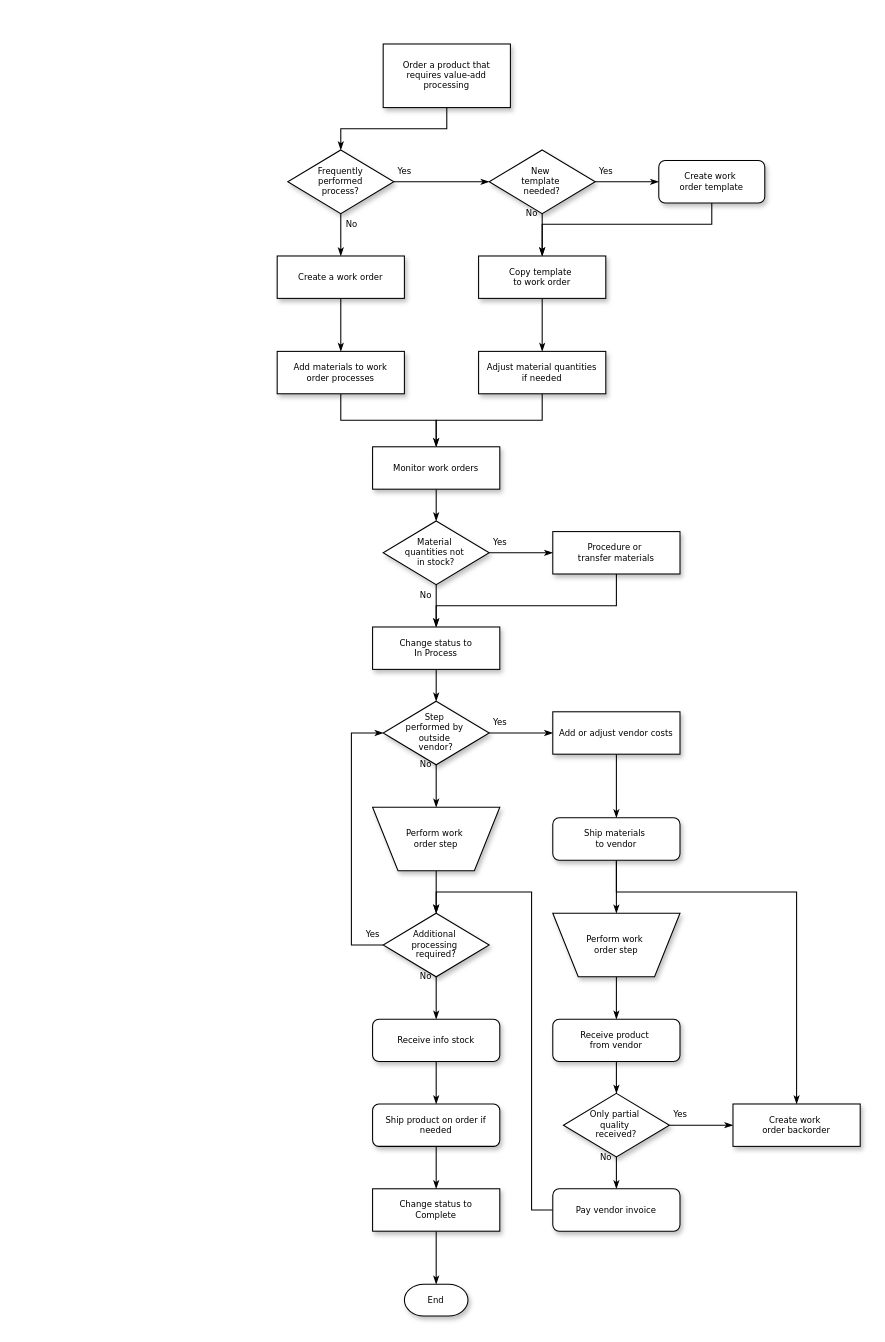
Juliusz-Stefanski/Recruitment-game keeps this draw.io diagram as Untitled Diagram.drawio. Above is the earlier version. Source tidied: cells renumbered, new cells numbered last; positions are measured from the earlier drawing's top-left corner, leaving out a move shared by most shapes. Both pictures are drawn from the tidied source at 106%, with x=0, y=0 at pixel (277, 43).
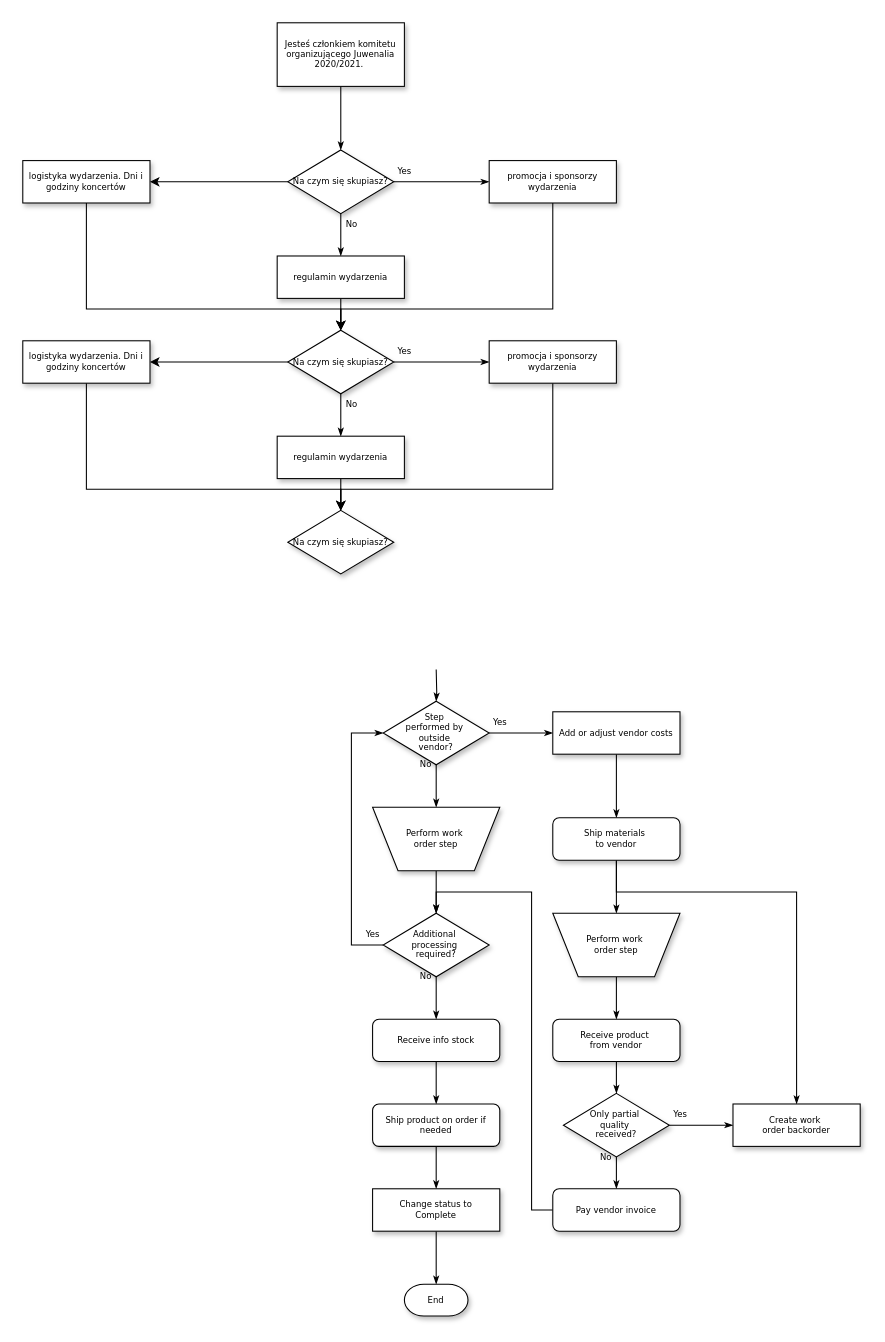
The same page after the edit.

Unchanged cells that the change refers to:
```xml
<mxCell id="31" value="Step&amp;nbsp;&lt;div&gt;performed by&amp;nbsp;&lt;/div&gt;&lt;div&gt;outside&amp;nbsp;&lt;/div&gt;&lt;div&gt;vendor?&lt;/div&gt;" style="rhombus;whiteSpace=wrap;html=1;rounded=0;shadow=1;labelBackgroundColor=none;strokeWidth=1;fontFamily=Verdana;fontSize=8;align=center;" parent="1" vertex="1">
  <mxGeometry x="100" y="620" width="100" height="60" as="geometry" />
</mxCell>
```

What changed in the source:
```diff
@@
-    <mxCell id="3" value="Order a product that&lt;div&gt;requires value-add processing&lt;/div&gt;" style="rounded=0;whiteSpace=wrap;html=1;shadow=1;labelBackgroundColor=none;strokeWidth=1;fontFamily=Verdana;fontSize=8;align=center;" parent="1" vertex="1">
-      <mxGeometry x="100" width="120" height="60" as="geometry" />
+    <mxCell id="3" value="Jesteś członkiem komitetu organizującego Juwenalia 2020/2021.&amp;nbsp;" style="rounded=0;whiteSpace=wrap;html=1;shadow=1;labelBackgroundColor=none;strokeWidth=1;fontFamily=Verdana;fontSize=8;align=center;" parent="1" vertex="1">
+      <mxGeometry y="-20" width="120" height="60" as="geometry" />
     </mxCell>
-    <mxCell id="4" value="Yes" style="edgeStyle=orthogonalEdgeStyle;rounded=0;html=1;labelBackgroundColor=none;startSize=5;endArrow=classicThin;endFill=1;endSize=5;jettySize=auto;strokeWidth=1;fontFamily=Verdana;fontSize=8;" parent="1" edge="1" source="6" target="9">
-      <mxGeometry x="-0.78" y="10" relative="1" as="geometry" />
+    <mxCell id="4" value="Yes" style="edgeStyle=orthogonalEdgeStyle;rounded=0;html=1;labelBackgroundColor=none;startSize=5;endArrow=classicThin;endFill=1;endSize=5;jettySize=auto;strokeWidth=1;fontFamily=Verdana;fontSize=8;" parent="1" edge="1" source="6">
+      <mxGeometry x="-0.78" y="10" relative="1" as="geometry">
+        <mxPoint x="200" y="130" as="targetPoint" />
+      </mxGeometry>
     </mxCell>
@@
+    <mxCell id="59" style="edgeStyle=orthogonalEdgeStyle;rounded=0;jettySize=auto;html=1;exitX=0;exitY=0.5;exitDx=0;exitDy=0;entryX=1;entryY=0.5;entryDx=0;entryDy=0;" parent="1" edge="1" source="6">
+      <mxGeometry relative="1" as="geometry">
+        <mxPoint x="-120" y="130" as="targetPoint" />
+      </mxGeometry>
+    </mxCell>
-    <mxCell id="6" value="Frequently&lt;div&gt;performed&lt;/div&gt;&lt;div&gt;process?&lt;/div&gt;" style="rhombus;whiteSpace=wrap;html=1;rounded=0;shadow=1;labelBackgroundColor=none;strokeWidth=1;fontFamily=Verdana;fontSize=8;align=center;" parent="1" vertex="1">
+    <mxCell id="6" value="&lt;span&gt;Na czym się skupiasz?&lt;/span&gt;" style="rhombus;whiteSpace=wrap;html=1;rounded=0;shadow=1;labelBackgroundColor=none;strokeWidth=1;fontFamily=Verdana;fontSize=8;align=center;" parent="1" vertex="1">
       <mxGeometry x="10" y="100" width="100" height="60" as="geometry" />
     </mxCell>
-    <mxCell id="7" value="Yes" style="edgeStyle=orthogonalEdgeStyle;rounded=0;html=1;labelBackgroundColor=none;startSize=5;endArrow=classicThin;endFill=1;endSize=5;jettySize=auto;strokeWidth=1;fontFamily=Verdana;fontSize=8;" parent="1" edge="1" source="9" target="11">
-      <mxGeometry x="-0.67" y="10" relative="1" as="geometry" />
-    </mxCell>
-    <mxCell id="8" value="No" style="edgeStyle=orthogonalEdgeStyle;rounded=0;html=1;labelBackgroundColor=none;startSize=5;endArrow=classicThin;endFill=1;endSize=5;jettySize=auto;strokeWidth=1;fontFamily=Verdana;fontSize=8;" parent="1" edge="1" source="9" target="15">
-      <mxGeometry x="-1" y="-10" relative="1" as="geometry" />
-    </mxCell>
-    <mxCell id="9" value="New&amp;nbsp;&lt;div&gt;template&amp;nbsp;&lt;/div&gt;&lt;div&gt;needed?&lt;/div&gt;" style="rhombus;whiteSpace=wrap;html=1;rounded=0;shadow=1;labelBackgroundColor=none;strokeWidth=1;fontFamily=Verdana;fontSize=8;align=center;" parent="1" vertex="1">
-      <mxGeometry x="200" y="100" width="100" height="60" as="geometry" />
-    </mxCell>
-    <mxCell id="10" style="edgeStyle=orthogonalEdgeStyle;rounded=0;html=1;labelBackgroundColor=none;startSize=5;endArrow=classicThin;endFill=1;endSize=5;jettySize=auto;strokeWidth=1;fontFamily=Verdana;fontSize=8;" parent="1" edge="1" source="11" target="15">
-      <mxGeometry relative="1" as="geometry">
-        <Array as="points">
-          <mxPoint x="410" y="170" />
-          <mxPoint x="250" y="170" />
-        </Array>
-      </mxGeometry>
-    </mxCell>
-    <mxCell id="11" value="Create work&amp;nbsp;&lt;div&gt;order template&lt;/div&gt;" style="rounded=1;whiteSpace=wrap;html=1;shadow=1;labelBackgroundColor=none;strokeWidth=1;fontFamily=Verdana;fontSize=8;align=center;" parent="1" vertex="1">
-      <mxGeometry x="360" y="110" width="100" height="40" as="geometry" />
-    </mxCell>
-    <mxCell id="12" style="edgeStyle=orthogonalEdgeStyle;rounded=0;html=1;labelBackgroundColor=none;startSize=5;endArrow=classicThin;endFill=1;endSize=5;jettySize=auto;strokeWidth=1;fontFamily=Verdana;fontSize=8;" parent="1" edge="1" source="13" target="17">
-      <mxGeometry relative="1" as="geometry" />
-    </mxCell>
+    <mxCell id="60" style="edgeStyle=orthogonalEdgeStyle;rounded=0;jettySize=auto;html=1;exitX=0.5;exitY=1;exitDx=0;exitDy=0;entryX=0.5;entryY=0;entryDx=0;entryDy=0;" parent="1" edge="1" source="13">
+      <mxGeometry relative="1" as="geometry">
+        <mxPoint x="60" y="270" as="targetPoint" />
+      </mxGeometry>
+    </mxCell>
-    <mxCell id="13" value="Create a work order" style="whiteSpace=wrap;html=1;rounded=0;shadow=1;labelBackgroundColor=none;strokeWidth=1;fontFamily=Verdana;fontSize=8;align=center;" parent="1" vertex="1">
+    <mxCell id="13" value="regulamin wydarzenia" style="whiteSpace=wrap;html=1;rounded=0;shadow=1;labelBackgroundColor=none;strokeWidth=1;fontFamily=Verdana;fontSize=8;align=center;" parent="1" vertex="1">
       <mxGeometry y="200" width="120" height="40" as="geometry" />
     </mxCell>
-    <mxCell id="14" style="edgeStyle=orthogonalEdgeStyle;rounded=0;html=1;labelBackgroundColor=none;startSize=5;endArrow=classicThin;endFill=1;endSize=5;jettySize=auto;strokeWidth=1;fontFamily=Verdana;fontSize=8;" parent="1" edge="1" source="15" target="19">
-      <mxGeometry relative="1" as="geometry" />
-    </mxCell>
-    <mxCell id="15" value="Copy template&amp;nbsp;&lt;div&gt;to work order&lt;/div&gt;" style="whiteSpace=wrap;html=1;rounded=0;shadow=1;labelBackgroundColor=none;strokeWidth=1;fontFamily=Verdana;fontSize=8;align=center;" parent="1" vertex="1">
-      <mxGeometry x="190" y="200" width="120" height="40" as="geometry" />
-    </mxCell>
-    <mxCell id="16" style="edgeStyle=orthogonalEdgeStyle;rounded=0;html=1;labelBackgroundColor=none;startSize=5;endArrow=classicThin;endFill=1;endSize=5;jettySize=auto;strokeWidth=1;fontFamily=Verdana;fontSize=8;" parent="1" edge="1" source="17" target="21">
-      <mxGeometry relative="1" as="geometry" />
-    </mxCell>
-    <mxCell id="17" value="Add materials to work order processes" style="whiteSpace=wrap;html=1;rounded=0;shadow=1;labelBackgroundColor=none;strokeWidth=1;fontFamily=Verdana;fontSize=8;align=center;spacing=6;" parent="1" vertex="1">
-      <mxGeometry y="290" width="120" height="40" as="geometry" />
-    </mxCell>
-    <mxCell id="18" style="edgeStyle=orthogonalEdgeStyle;rounded=0;html=1;labelBackgroundColor=none;startSize=5;endArrow=classicThin;endFill=1;endSize=5;jettySize=auto;strokeWidth=1;fontFamily=Verdana;fontSize=8;" parent="1" edge="1" source="19" target="21">
-      <mxGeometry relative="1" as="geometry" />
-    </mxCell>
+    <mxCell id="61" style="edgeStyle=orthogonalEdgeStyle;rounded=0;jettySize=auto;html=1;exitX=0.5;exitY=1;exitDx=0;exitDy=0;entryX=0.5;entryY=0;entryDx=0;entryDy=0;" parent="1" edge="1" source="19">
+      <mxGeometry relative="1" as="geometry">
+        <mxPoint x="60" y="270" as="targetPoint" />
+        <Array as="points">
+          <mxPoint x="260" y="250" />
+          <mxPoint x="60" y="250" />
+        </Array>
+      </mxGeometry>
+    </mxCell>
-    <mxCell id="19" value="Adjust material quantities if needed" style="whiteSpace=wrap;html=1;rounded=0;shadow=1;labelBackgroundColor=none;strokeWidth=1;fontFamily=Verdana;fontSize=8;align=center;spacing=6;" parent="1" vertex="1">
-      <mxGeometry x="190" y="290" width="120" height="40" as="geometry" />
+    <mxCell id="19" value="promocja i sponsorzy wydarzenia" style="whiteSpace=wrap;html=1;rounded=0;shadow=1;labelBackgroundColor=none;strokeWidth=1;fontFamily=Verdana;fontSize=8;align=center;spacing=6;" parent="1" vertex="1">
+      <mxGeometry x="200" y="110" width="120" height="40" as="geometry" />
     </mxCell>
-    <mxCell id="20" style="edgeStyle=orthogonalEdgeStyle;rounded=0;html=1;labelBackgroundColor=none;startSize=5;endArrow=classicThin;endFill=1;endSize=5;jettySize=auto;strokeWidth=1;fontFamily=Verdana;fontSize=8;" parent="1" edge="1" source="21" target="24">
-      <mxGeometry relative="1" as="geometry" />
-    </mxCell>
-    <mxCell id="21" value="Monitor work orders" style="whiteSpace=wrap;html=1;rounded=0;shadow=1;labelBackgroundColor=none;strokeWidth=1;fontFamily=Verdana;fontSize=8;align=center;" parent="1" vertex="1">
-      <mxGeometry x="90" y="380" width="120" height="40" as="geometry" />
-    </mxCell>
-    <mxCell id="22" value="Yes" style="edgeStyle=orthogonalEdgeStyle;rounded=0;html=1;labelBackgroundColor=none;startSize=5;endArrow=classicThin;endFill=1;endSize=5;jettySize=auto;strokeWidth=1;fontFamily=Verdana;fontSize=8;" parent="1" edge="1" source="24" target="26">
-      <mxGeometry x="-0.67" y="10" relative="1" as="geometry" />
-    </mxCell>
-    <mxCell id="23" value="No" style="edgeStyle=orthogonalEdgeStyle;rounded=0;html=1;labelBackgroundColor=none;startSize=5;endArrow=classicThin;endFill=1;endSize=5;jettySize=auto;strokeWidth=1;fontFamily=Verdana;fontSize=8;" parent="1" edge="1" source="24" target="28">
-      <mxGeometry x="-0.5" y="-10" relative="1" as="geometry" />
-    </mxCell>
-    <mxCell id="24" value="Material&amp;nbsp;&lt;div&gt;quantities not&amp;nbsp;&lt;/div&gt;&lt;div&gt;in stock?&lt;/div&gt;" style="rhombus;whiteSpace=wrap;html=1;rounded=0;shadow=1;labelBackgroundColor=none;strokeWidth=1;fontFamily=Verdana;fontSize=8;align=center;" parent="1" vertex="1">
-      <mxGeometry x="100" y="450" width="100" height="60" as="geometry" />
-    </mxCell>
-    <mxCell id="25" style="edgeStyle=orthogonalEdgeStyle;rounded=0;html=1;labelBackgroundColor=none;startSize=5;endArrow=classicThin;endFill=1;endSize=5;jettySize=auto;strokeWidth=1;fontFamily=Verdana;fontSize=8;" parent="1" edge="1" source="26" target="28">
-      <mxGeometry relative="1" as="geometry">
-        <Array as="points">
-          <mxPoint x="320" y="530" />
-          <mxPoint x="150" y="530" />
-        </Array>
-      </mxGeometry>
-    </mxCell>
-    <mxCell id="26" value="Procedure or&amp;nbsp;&lt;div&gt;transfer materials&lt;/div&gt;" style="whiteSpace=wrap;html=1;rounded=0;shadow=1;labelBackgroundColor=none;strokeWidth=1;fontFamily=Verdana;fontSize=8;align=center;" parent="1" vertex="1">
-      <mxGeometry x="260" y="460" width="120" height="40" as="geometry" />
-    </mxCell>
-    <mxCell id="27" style="edgeStyle=orthogonalEdgeStyle;rounded=0;html=1;labelBackgroundColor=none;startSize=5;endArrow=classicThin;endFill=1;endSize=5;jettySize=auto;strokeWidth=1;fontFamily=Verdana;fontSize=8;" parent="1" edge="1" source="28" target="31">
-      <mxGeometry relative="1" as="geometry" />
+    <mxCell id="27" style="edgeStyle=orthogonalEdgeStyle;rounded=0;html=1;labelBackgroundColor=none;startSize=5;endArrow=classicThin;endFill=1;endSize=5;jettySize=auto;strokeWidth=1;fontFamily=Verdana;fontSize=8;" parent="1" edge="1" target="31">
+      <mxGeometry relative="1" as="geometry">
+        <mxPoint x="150" y="590" as="sourcePoint" />
+      </mxGeometry>
     </mxCell>
-    <mxCell id="28" value="Change status to&lt;div&gt;In Process&lt;/div&gt;" style="whiteSpace=wrap;html=1;rounded=0;shadow=1;labelBackgroundColor=none;strokeWidth=1;fontFamily=Verdana;fontSize=8;align=center;" parent="1" vertex="1">
-      <mxGeometry x="90" y="550" width="120" height="40" as="geometry" />
-    </mxCell>
@@
+    <mxCell id="62" style="edgeStyle=orthogonalEdgeStyle;rounded=0;jettySize=auto;html=1;exitX=0.5;exitY=1;exitDx=0;exitDy=0;entryX=0.5;entryY=0;entryDx=0;entryDy=0;" parent="1" edge="1" source="63">
+      <mxGeometry relative="1" as="geometry">
+        <mxPoint x="60" y="270" as="targetPoint" />
+        <Array as="points">
+          <mxPoint x="-180" y="250" />
+          <mxPoint x="60" y="250" />
+        </Array>
+      </mxGeometry>
+    </mxCell>
+    <mxCell id="63" value="logistyka wydarzenia. Dni i godziny koncertów" style="whiteSpace=wrap;html=1;rounded=0;shadow=1;labelBackgroundColor=none;strokeWidth=1;fontFamily=Verdana;fontSize=8;align=center;" parent="1" vertex="1">
+      <mxGeometry x="-240" y="110" width="120" height="40" as="geometry" />
+    </mxCell>
+    <mxCell id="64" value="Yes" style="edgeStyle=orthogonalEdgeStyle;rounded=0;html=1;labelBackgroundColor=none;startSize=5;endArrow=classicThin;endFill=1;endSize=5;jettySize=auto;strokeWidth=1;fontFamily=Verdana;fontSize=8;" parent="1" edge="1" source="67">
+      <mxGeometry x="-0.78" y="10" relative="1" as="geometry">
+        <mxPoint x="200" y="300" as="targetPoint" />
+      </mxGeometry>
+    </mxCell>
+    <mxCell id="65" value="No" style="edgeStyle=orthogonalEdgeStyle;rounded=0;html=1;labelBackgroundColor=none;startSize=5;endArrow=classicThin;endFill=1;endSize=5;jettySize=auto;strokeWidth=1;fontFamily=Verdana;fontSize=8;" parent="1" edge="1" source="67" target="69">
+      <mxGeometry x="-0.5" y="10" relative="1" as="geometry" />
+    </mxCell>
+    <mxCell id="66" style="edgeStyle=orthogonalEdgeStyle;rounded=0;jettySize=auto;html=1;exitX=0;exitY=0.5;exitDx=0;exitDy=0;entryX=1;entryY=0.5;entryDx=0;entryDy=0;" parent="1" edge="1" source="67">
+      <mxGeometry relative="1" as="geometry">
+        <mxPoint x="-120" y="300" as="targetPoint" />
+      </mxGeometry>
+    </mxCell>
+    <mxCell id="67" value="&lt;span&gt;Na czym się skupiasz?&lt;/span&gt;" style="rhombus;whiteSpace=wrap;html=1;rounded=0;shadow=1;labelBackgroundColor=none;strokeWidth=1;fontFamily=Verdana;fontSize=8;align=center;" parent="1" vertex="1">
+      <mxGeometry x="10" y="270" width="100" height="60" as="geometry" />
+    </mxCell>
+    <mxCell id="68" style="edgeStyle=orthogonalEdgeStyle;rounded=0;jettySize=auto;html=1;exitX=0.5;exitY=1;exitDx=0;exitDy=0;entryX=0.5;entryY=0;entryDx=0;entryDy=0;" parent="1" edge="1" source="69" target="74">
+      <mxGeometry relative="1" as="geometry" />
+    </mxCell>
+    <mxCell id="69" value="regulamin wydarzenia" style="whiteSpace=wrap;html=1;rounded=0;shadow=1;labelBackgroundColor=none;strokeWidth=1;fontFamily=Verdana;fontSize=8;align=center;" parent="1" vertex="1">
+      <mxGeometry y="370" width="120" height="40" as="geometry" />
+    </mxCell>
+    <mxCell id="70" style="edgeStyle=orthogonalEdgeStyle;rounded=0;jettySize=auto;html=1;exitX=0.5;exitY=1;exitDx=0;exitDy=0;entryX=0.5;entryY=0;entryDx=0;entryDy=0;" parent="1" edge="1" source="71" target="74">
+      <mxGeometry relative="1" as="geometry">
+        <Array as="points">
+          <mxPoint x="260" y="420" />
+          <mxPoint x="60" y="420" />
+        </Array>
+      </mxGeometry>
+    </mxCell>
+    <mxCell id="71" value="promocja i sponsorzy wydarzenia" style="whiteSpace=wrap;html=1;rounded=0;shadow=1;labelBackgroundColor=none;strokeWidth=1;fontFamily=Verdana;fontSize=8;align=center;spacing=6;" parent="1" vertex="1">
+      <mxGeometry x="200" y="280" width="120" height="40" as="geometry" />
+    </mxCell>
+    <mxCell id="72" style="edgeStyle=orthogonalEdgeStyle;rounded=0;jettySize=auto;html=1;exitX=0.5;exitY=1;exitDx=0;exitDy=0;entryX=0.5;entryY=0;entryDx=0;entryDy=0;" parent="1" edge="1" source="73" target="74">
+      <mxGeometry relative="1" as="geometry">
+        <Array as="points">
+          <mxPoint x="-180" y="420" />
+          <mxPoint x="60" y="420" />
+        </Array>
+      </mxGeometry>
+    </mxCell>
+    <mxCell id="73" value="logistyka wydarzenia. Dni i godziny koncertów" style="whiteSpace=wrap;html=1;rounded=0;shadow=1;labelBackgroundColor=none;strokeWidth=1;fontFamily=Verdana;fontSize=8;align=center;" parent="1" vertex="1">
+      <mxGeometry x="-240" y="280" width="120" height="40" as="geometry" />
+    </mxCell>
+    <mxCell id="74" value="&lt;span&gt;Na czym się skupiasz?&lt;/span&gt;" style="rhombus;whiteSpace=wrap;html=1;rounded=0;shadow=1;labelBackgroundColor=none;strokeWidth=1;fontFamily=Verdana;fontSize=8;align=center;" parent="1" vertex="1">
+      <mxGeometry x="10" y="440" width="100" height="60" as="geometry" />
+    </mxCell>
```
